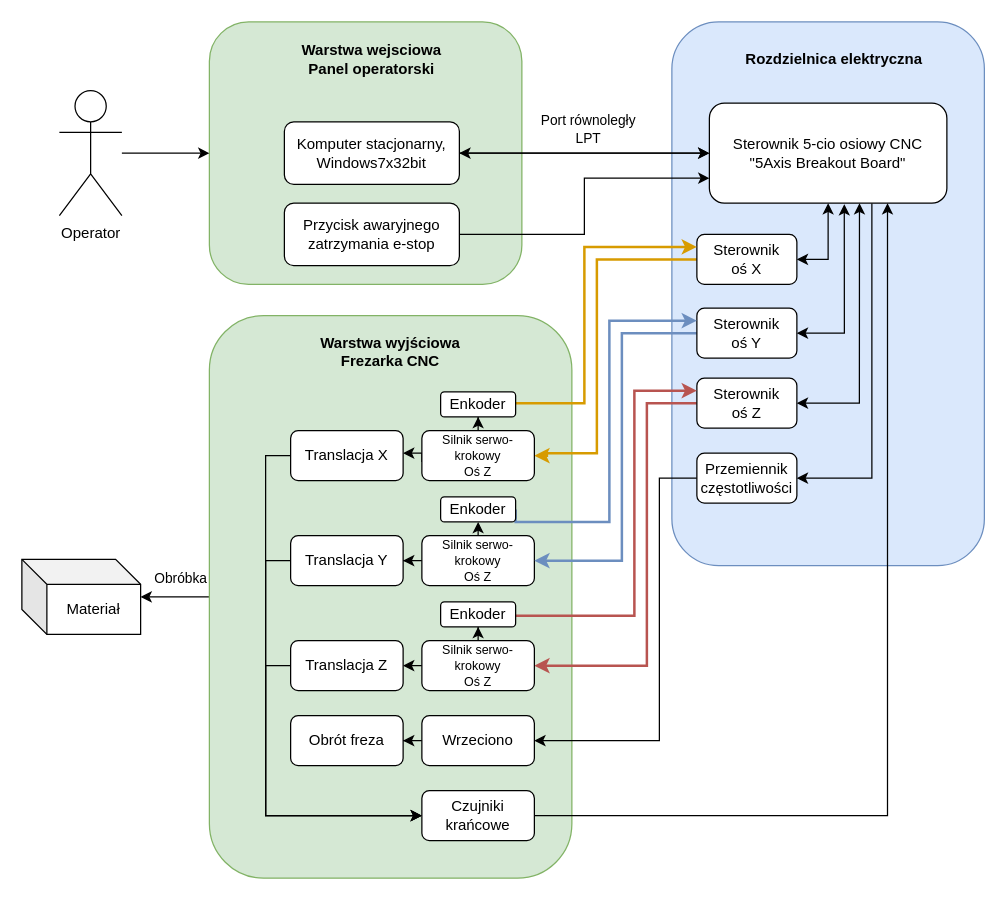
Earlier version of the draw.io diagram Copy of pod_ele.drawio (TheKureq/TheKureq). Source tidied: cells renumbered, new cells numbered last; positions are measured from the earlier drawing's top-left corner, leaving out a move shared by most shapes. Both pictures are drawn from the tidied source at 125%, with x=0, y=0 at pixel (21, 21).
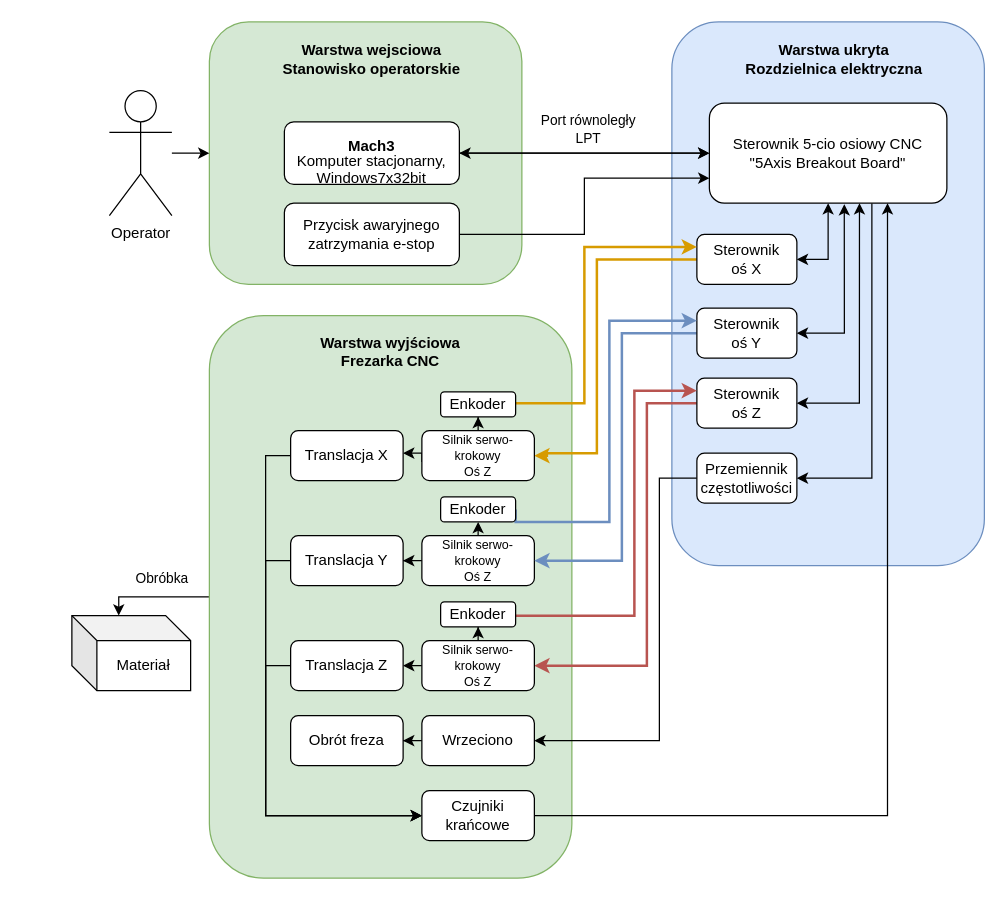
The same diagram, later.

Unchanged cells that the change refers to:
```xml
<mxCell id="16" style="rounded=1;whiteSpace=wrap;html=1;fillColor=#d5e8d4;strokeColor=#82b366;" parent="1" vertex="1">
  <mxGeometry x="150" y="235" width="290" height="450" as="geometry" />
</mxCell>
```

What changed in the source:
```diff
@@
-    <mxCell id="8" value="&lt;div&gt;Komputer stacjonarny,&lt;/div&gt;&lt;div&gt;Windows7x32bit&lt;br&gt;&lt;/div&gt;" style="rounded=1;whiteSpace=wrap;html=1;" parent="1" vertex="1">
+    <mxCell id="8" value="&lt;br&gt;&lt;div&gt;&lt;b&gt;Mach3&lt;/b&gt;&lt;/div&gt;&lt;div style=&quot;line-height: 90%;&quot;&gt;Komputer stacjonarny,&lt;/div&gt;&lt;div&gt;Windows7x32bit&lt;br&gt;&lt;/div&gt;" style="rounded=1;whiteSpace=wrap;html=1;" parent="1" vertex="1">
       <mxGeometry x="210" y="80" width="140" height="50" as="geometry" />
     </mxCell>
-    <mxCell id="9" value="Rozdzielnica elektryczna" style="text;html=1;strokeColor=none;fillColor=none;align=center;verticalAlign=middle;whiteSpace=wrap;rounded=0;fontStyle=1;" parent="1" vertex="1">
+    <mxCell id="9" value="Warstwa ukryta&lt;br&gt;Rozdzielnica elektryczna" style="text;html=1;strokeColor=none;fillColor=none;align=center;verticalAlign=middle;whiteSpace=wrap;rounded=0;fontStyle=1;" parent="1" vertex="1">
       <mxGeometry x="550" y="15" width="200" height="30" as="geometry" />
     </mxCell>
-    <mxCell id="10" value="Warstwa wejsciowa &lt;b&gt;&lt;br&gt;Panel operatorski&lt;/b&gt;" style="text;html=1;strokeColor=none;fillColor=none;align=center;verticalAlign=middle;whiteSpace=wrap;rounded=0;fontStyle=1;" parent="1" vertex="1">
+    <mxCell id="10" value="Warstwa wejsciowa &lt;b&gt;&lt;br&gt;Stanowisko operatorskie&lt;br&gt;&lt;/b&gt;" style="text;html=1;strokeColor=none;fillColor=none;align=center;verticalAlign=middle;whiteSpace=wrap;rounded=0;fontStyle=1;" parent="1" vertex="1">
       <mxGeometry x="180" y="15" width="200" height="30" as="geometry" />
     </mxCell>
@@
     <mxCell id="12" value="Operator" style="shape=umlActor;verticalLabelPosition=bottom;verticalAlign=top;html=1;outlineConnect=0;" parent="1" vertex="1">
-      <mxGeometry x="30" y="55" width="50" height="100" as="geometry" />
+      <mxGeometry x="70" y="55" width="50" height="100" as="geometry" />
     </mxCell>
@@
-    <mxCell id="14" style="edgeStyle=orthogonalEdgeStyle;rounded=0;jettySize=auto;html=1;" parent="1" edge="1" source="16" target="29">
-      <mxGeometry relative="1" as="geometry" />
+    <mxCell id="14" style="edgeStyle=orthogonalEdgeStyle;rounded=0;jettySize=auto;html=1;entryX=0;entryY=0;entryDx=37.5;entryDy=0;entryPerimeter=0;" parent="1" edge="1" source="16" target="29">
+      <mxGeometry relative="1" as="geometry">
+        <Array as="points">
+          <mxPoint x="78" y="460" />
+        </Array>
+      </mxGeometry>
     </mxCell>
@@
     <mxCell id="29" value="Materiał" style="shape=cube;whiteSpace=wrap;html=1;boundedLbl=1;backgroundOutline=1;darkOpacity=0.05;darkOpacity2=0.1;" parent="1" vertex="1">
-      <mxGeometry y="430" width="95" height="60" as="geometry" />
+      <mxGeometry x="40" y="475" width="95" height="60" as="geometry" />
     </mxCell>
```
